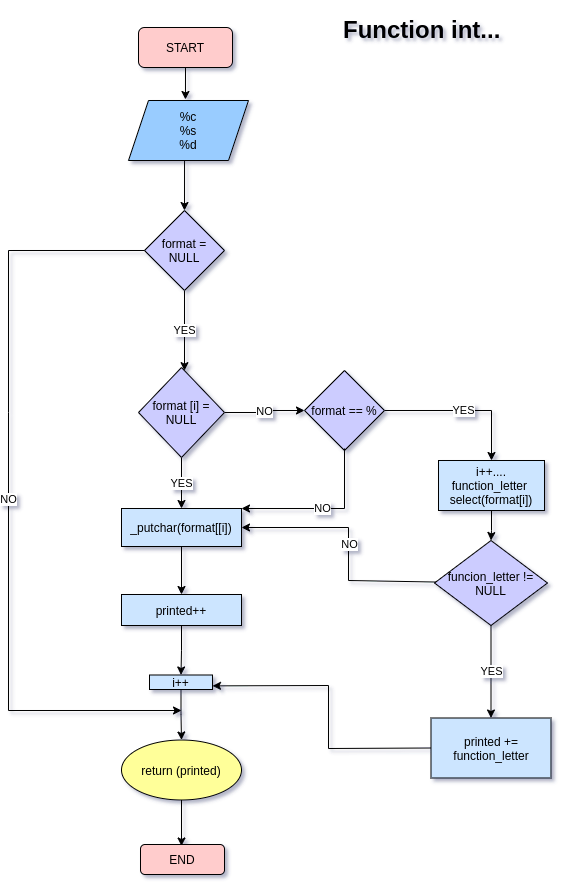
This is PRINT F - 1.drawio.png from NELSONANDREY/printf, a draw.io export, as it was before one commit. Source tidied: cells renumbered, new cells last; positions are measured from the earlier drawing's top-left corner, leaving out a move shared by most shapes. The source it was exported from:
```xml
<mxGraphModel background="#FFFFFF" shadow="1">
  <root>
    <mxCell id="0" />
    <mxCell id="1" parent="0" />
    <mxCell id="2" value="START" style="rounded=1;whiteSpace=wrap;html=1;fillColor=#FFCCCC;" parent="1" vertex="1">
      <mxGeometry x="130" y="17" width="94" height="40" as="geometry" />
    </mxCell>
    <mxCell id="3" value="&lt;h1&gt;Function int...&lt;/h1&gt;" style="text;html=1;strokeColor=none;fillColor=none;spacing=5;spacingTop=-20;whiteSpace=wrap;overflow=hidden;rounded=0;" parent="1" vertex="1">
      <mxGeometry x="330" width="190" height="120" as="geometry" />
    </mxCell>
    <mxCell id="4" value="%c&lt;br&gt;%s&lt;br&gt;%d" style="shape=parallelogram;perimeter=parallelogramPerimeter;whiteSpace=wrap;html=1;fixedSize=1;fillColor=#99CCFF;" parent="1" vertex="1">
      <mxGeometry x="120" y="90" width="120" height="60" as="geometry" />
    </mxCell>
    <mxCell id="5" value="YES" style="edgeStyle=orthogonalEdgeStyle;rounded=0;jettySize=auto;html=1;" parent="1" edge="1" source="6" target="11">
      <mxGeometry relative="1" as="geometry">
        <Array as="points">
          <mxPoint x="176" y="320" />
          <mxPoint x="176" y="320" />
        </Array>
      </mxGeometry>
    </mxCell>
    <mxCell id="6" value="format = NULL" style="rhombus;whiteSpace=wrap;html=1;fillColor=#CCCCFF;" parent="1" vertex="1">
      <mxGeometry x="136" y="200" width="80" height="80" as="geometry" />
    </mxCell>
    <mxCell id="7" style="endArrow=classic;html=1;rounded=0;entryX=0.558;entryY=-0.017;entryDx=0;entryDy=0;entryPerimeter=0;exitX=0.5;exitY=1;exitDx=0;exitDy=0;" parent="1" edge="1" source="2">
      <mxGeometry relative="1" as="geometry">
        <mxPoint x="177" y="89" as="targetPoint" />
      </mxGeometry>
    </mxCell>
    <mxCell id="8" style="endArrow=classic;html=1;rounded=0;entryX=0.5;entryY=0;entryDx=0;entryDy=0;exitX=0.467;exitY=1.006;exitDx=0;exitDy=0;exitPerimeter=0;" parent="1" edge="1" source="4" target="6">
      <mxGeometry relative="1" as="geometry" />
    </mxCell>
    <mxCell id="9" value="NO" style="edgeStyle=orthogonalEdgeStyle;rounded=0;jettySize=auto;html=1;" parent="1" edge="1" source="11" target="13">
      <mxGeometry relative="1" as="geometry" />
    </mxCell>
    <mxCell id="10" value="YES" style="edgeStyle=orthogonalEdgeStyle;rounded=0;jettySize=auto;html=1;" parent="1" edge="1" source="11" target="20">
      <mxGeometry relative="1" as="geometry" />
    </mxCell>
    <mxCell id="11" value="format [i] = NULL" style="rhombus;whiteSpace=wrap;html=1;fillColor=#CCCCFF;" parent="1" vertex="1">
      <mxGeometry x="130" y="357" width="86" height="90" as="geometry" />
    </mxCell>
    <mxCell id="12" value="YES" style="edgeStyle=orthogonalEdgeStyle;rounded=0;jettySize=auto;html=1;" parent="1" edge="1" source="13" target="15">
      <mxGeometry relative="1" as="geometry" />
    </mxCell>
    <mxCell id="13" value="format == %" style="rhombus;whiteSpace=wrap;html=1;fillColor=#CCCCFF;" parent="1" vertex="1">
      <mxGeometry x="296" y="360" width="80" height="80" as="geometry" />
    </mxCell>
    <mxCell id="14" style="edgeStyle=orthogonalEdgeStyle;rounded=0;jettySize=auto;html=1;" parent="1" edge="1" source="15" target="17">
      <mxGeometry relative="1" as="geometry" />
    </mxCell>
    <mxCell id="15" value="i++....&lt;br&gt;function_letter&amp;nbsp; select(format[i])" style="whiteSpace=wrap;html=1;fillColor=#CCE5FF;" parent="1" vertex="1">
      <mxGeometry x="430" y="450" width="106" height="50" as="geometry" />
    </mxCell>
    <mxCell id="16" value="YES" style="edgeStyle=orthogonalEdgeStyle;rounded=0;jettySize=auto;html=1;" parent="1" edge="1" source="17" target="18">
      <mxGeometry relative="1" as="geometry" />
    </mxCell>
    <mxCell id="17" value="&lt;span&gt;funcion_letter != NULL&lt;/span&gt;" style="rhombus;whiteSpace=wrap;html=1;fillColor=#CCCCFF;" parent="1" vertex="1">
      <mxGeometry x="426" y="530" width="113" height="85" as="geometry" />
    </mxCell>
    <mxCell id="18" value="&lt;span&gt;printed +=&lt;/span&gt;&lt;br&gt;&lt;span&gt;function_letter&lt;/span&gt;" style="whiteSpace=wrap;html=1;fillColor=#CCE5FF;" parent="1" vertex="1">
      <mxGeometry x="422.5" y="707.5" width="120" height="60" as="geometry" />
    </mxCell>
    <mxCell id="19" style="edgeStyle=orthogonalEdgeStyle;rounded=0;jettySize=auto;html=1;" parent="1" edge="1" source="20" target="22">
      <mxGeometry relative="1" as="geometry" />
    </mxCell>
    <mxCell id="20" value="_putchar(format[[i])" style="whiteSpace=wrap;html=1;fillColor=#CCE5FF;" parent="1" vertex="1">
      <mxGeometry x="113" y="498" width="120" height="38" as="geometry" />
    </mxCell>
    <mxCell id="21" style="edgeStyle=orthogonalEdgeStyle;rounded=0;jettySize=auto;html=1;" parent="1" edge="1" source="22" target="24">
      <mxGeometry relative="1" as="geometry" />
    </mxCell>
    <mxCell id="22" value="printed++" style="whiteSpace=wrap;html=1;fillColor=#CCE5FF;" parent="1" vertex="1">
      <mxGeometry x="113" y="584" width="120" height="31" as="geometry" />
    </mxCell>
    <mxCell id="23" style="edgeStyle=orthogonalEdgeStyle;rounded=0;jettySize=auto;html=1;" parent="1" edge="1" source="24" target="26">
      <mxGeometry relative="1" as="geometry" />
    </mxCell>
    <mxCell id="24" value="i++" style="whiteSpace=wrap;html=1;fillColor=#CCE5FF;" parent="1" vertex="1">
      <mxGeometry x="141" y="664.5" width="63" height="14.5" as="geometry" />
    </mxCell>
    <mxCell id="25" style="edgeStyle=orthogonalEdgeStyle;rounded=0;jettySize=auto;html=1;" parent="1" edge="1" source="26">
      <mxGeometry relative="1" as="geometry">
        <mxPoint x="173" y="835.5" as="targetPoint" />
      </mxGeometry>
    </mxCell>
    <mxCell id="26" value="return (printed)" style="ellipse;whiteSpace=wrap;html=1;fillColor=#FFFF99;" parent="1" vertex="1">
      <mxGeometry x="113" y="729.5" width="120" height="60" as="geometry" />
    </mxCell>
    <mxCell id="27" value="NO" style="endArrow=classic;html=1;rounded=0;exitX=0;exitY=0.5;exitDx=0;exitDy=0;" parent="1" edge="1" source="6">
      <mxGeometry relative="1" as="geometry">
        <mxPoint x="173" y="700" as="targetPoint" />
        <Array as="points">
          <mxPoint y="240" />
          <mxPoint y="402" />
          <mxPoint y="700" />
        </Array>
      </mxGeometry>
    </mxCell>
    <mxCell id="28" value="NO" style="endArrow=classic;html=1;rounded=0;entryX=1;entryY=0;entryDx=0;entryDy=0;exitX=0.5;exitY=1;exitDx=0;exitDy=0;" parent="1" edge="1" target="20">
      <mxGeometry relative="1" as="geometry">
        <mxPoint x="336" y="438" as="sourcePoint" />
        <Array as="points">
          <mxPoint x="336" y="498" />
        </Array>
      </mxGeometry>
    </mxCell>
    <mxCell id="29" style="endArrow=classic;html=1;rounded=0;entryX=1;entryY=0.75;entryDx=0;entryDy=0;exitX=0;exitY=0.5;exitDx=0;exitDy=0;" parent="1" edge="1" source="18" target="24">
      <mxGeometry relative="1" as="geometry">
        <Array as="points">
          <mxPoint x="320" y="738" />
          <mxPoint x="320" y="675" />
        </Array>
      </mxGeometry>
    </mxCell>
    <mxCell id="30" value="END" style="rounded=1;whiteSpace=wrap;html=1;fillColor=#FFCCCC;" parent="1" vertex="1">
      <mxGeometry x="132" y="834" width="84" height="30" as="geometry" />
    </mxCell>
    <mxCell id="31" style="endArrow=classic;html=1;rounded=0;entryX=1;entryY=0.5;entryDx=0;entryDy=0;" parent="1" edge="1" source="17" target="20">
      <mxGeometry relative="1" as="geometry">
        <Array as="points">
          <mxPoint x="340" y="570" />
          <mxPoint x="340" y="517" />
        </Array>
      </mxGeometry>
    </mxCell>
    <mxCell id="32" value="NO" style="edgeLabel;html=1;align=center;verticalAlign=middle;fillColor=#FFFF99;" parent="31" vertex="1">
      <mxGeometry relative="1" as="geometry" />
    </mxCell>
  </root>
</mxGraphModel>
```
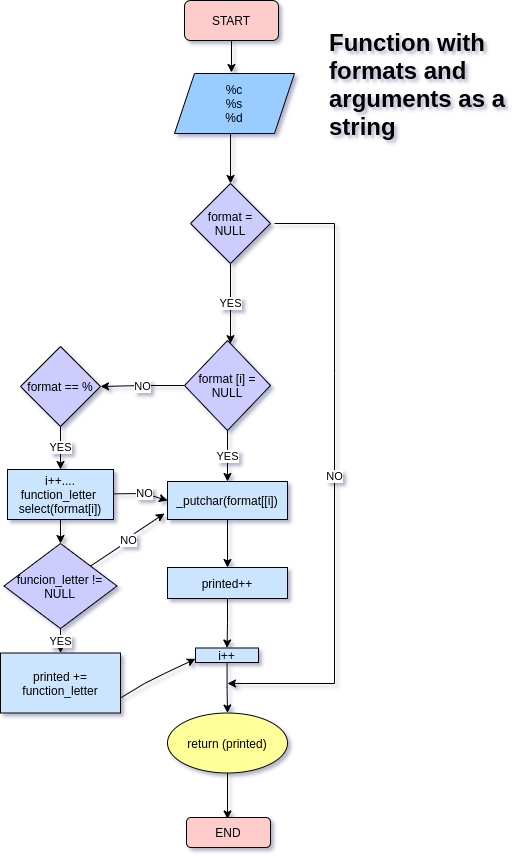
The same file after the commit.

What changed in the source:
```diff
@@ -5,8 +5,8 @@
     <mxCell id="2" value="START" style="rounded=1;whiteSpace=wrap;html=1;fillColor=#FFCCCC;" parent="1" vertex="1">
       <mxGeometry x="130" y="17" width="94" height="40" as="geometry" />
     </mxCell>
-    <mxCell id="3" value="&lt;h1&gt;Function int...&lt;/h1&gt;" style="text;html=1;strokeColor=none;fillColor=none;spacing=5;spacingTop=-20;whiteSpace=wrap;overflow=hidden;rounded=0;" parent="1" vertex="1">
-      <mxGeometry x="330" width="190" height="120" as="geometry" />
+    <mxCell id="3" value="&lt;h1&gt;Function with formats and arguments as a string&lt;/h1&gt;" style="text;html=1;strokeColor=none;fillColor=none;spacing=5;spacingTop=-20;whiteSpace=wrap;overflow=hidden;rounded=0;" parent="1" vertex="1">
+      <mxGeometry x="270" y="40" width="190" height="120" as="geometry" />
     </mxCell>
     <mxCell id="4" value="%c&lt;br&gt;%s&lt;br&gt;%d" style="shape=parallelogram;perimeter=parallelogramPerimeter;whiteSpace=wrap;html=1;fixedSize=1;fillColor=#99CCFF;" parent="1" vertex="1">
       <mxGeometry x="120" y="90" width="120" height="60" as="geometry" />
@@ -43,22 +43,22 @@
       <mxGeometry relative="1" as="geometry" />
     </mxCell>
     <mxCell id="13" value="format == %" style="rhombus;whiteSpace=wrap;html=1;fillColor=#CCCCFF;" parent="1" vertex="1">
-      <mxGeometry x="296" y="360" width="80" height="80" as="geometry" />
+      <mxGeometry x="-34" y="363" width="80" height="80" as="geometry" />
     </mxCell>
     <mxCell id="14" style="edgeStyle=orthogonalEdgeStyle;rounded=0;jettySize=auto;html=1;" parent="1" edge="1" source="15" target="17">
       <mxGeometry relative="1" as="geometry" />
     </mxCell>
     <mxCell id="15" value="i++....&lt;br&gt;function_letter&amp;nbsp; select(format[i])" style="whiteSpace=wrap;html=1;fillColor=#CCE5FF;" parent="1" vertex="1">
-      <mxGeometry x="430" y="450" width="106" height="50" as="geometry" />
+      <mxGeometry x="-47" y="486" width="106" height="50" as="geometry" />
     </mxCell>
     <mxCell id="16" value="YES" style="edgeStyle=orthogonalEdgeStyle;rounded=0;jettySize=auto;html=1;" parent="1" edge="1" source="17" target="18">
       <mxGeometry relative="1" as="geometry" />
     </mxCell>
     <mxCell id="17" value="&lt;span&gt;funcion_letter != NULL&lt;/span&gt;" style="rhombus;whiteSpace=wrap;html=1;fillColor=#CCCCFF;" parent="1" vertex="1">
-      <mxGeometry x="426" y="530" width="113" height="85" as="geometry" />
+      <mxGeometry x="-50.5" y="560" width="113" height="85" as="geometry" />
     </mxCell>
     <mxCell id="18" value="&lt;span&gt;printed +=&lt;/span&gt;&lt;br&gt;&lt;span&gt;function_letter&lt;/span&gt;" style="whiteSpace=wrap;html=1;fillColor=#CCE5FF;" parent="1" vertex="1">
-      <mxGeometry x="422.5" y="707.5" width="120" height="60" as="geometry" />
+      <mxGeometry x="-54" y="669.5" width="120" height="60" as="geometry" />
     </mxCell>
     <mxCell id="19" style="edgeStyle=orthogonalEdgeStyle;rounded=0;jettySize=auto;html=1;" parent="1" edge="1" source="20" target="22">
       <mxGeometry relative="1" as="geometry" />
@@ -86,40 +86,41 @@
     <mxCell id="26" value="return (printed)" style="ellipse;whiteSpace=wrap;html=1;fillColor=#FFFF99;" parent="1" vertex="1">
       <mxGeometry x="113" y="729.5" width="120" height="60" as="geometry" />
     </mxCell>
-    <mxCell id="27" value="NO" style="endArrow=classic;html=1;rounded=0;exitX=0;exitY=0.5;exitDx=0;exitDy=0;" parent="1" edge="1" source="6">
+    <mxCell id="27" value="NO" style="endArrow=classic;html=1;rounded=0;" parent="1" edge="1">
       <mxGeometry relative="1" as="geometry">
+        <mxPoint x="220" y="240" as="sourcePoint" />
         <mxPoint x="173" y="700" as="targetPoint" />
         <Array as="points">
-          <mxPoint y="240" />
-          <mxPoint y="402" />
-          <mxPoint y="700" />
+          <mxPoint x="280" y="240" />
+          <mxPoint x="280" y="390" />
+          <mxPoint x="280" y="700" />
         </Array>
       </mxGeometry>
     </mxCell>
-    <mxCell id="28" value="NO" style="endArrow=classic;html=1;rounded=0;entryX=1;entryY=0;entryDx=0;entryDy=0;exitX=0.5;exitY=1;exitDx=0;exitDy=0;" parent="1" edge="1" target="20">
-      <mxGeometry relative="1" as="geometry">
-        <mxPoint x="336" y="438" as="sourcePoint" />
+    <mxCell id="28" value="NO" style="endArrow=classic;html=1;rounded=0;entryX=0;entryY=0.5;entryDx=0;entryDy=0;" parent="1" edge="1" source="15" target="20">
+      <mxGeometry x="0.13" relative="1" as="geometry">
         <Array as="points">
-          <mxPoint x="336" y="498" />
+          <mxPoint x="90" y="510" />
         </Array>
       </mxGeometry>
     </mxCell>
-    <mxCell id="29" style="endArrow=classic;html=1;rounded=0;entryX=1;entryY=0.75;entryDx=0;entryDy=0;exitX=0;exitY=0.5;exitDx=0;exitDy=0;" parent="1" edge="1" source="18" target="24">
+    <mxCell id="29" style="endArrow=classic;html=1;rounded=0;entryX=0;entryY=0.75;entryDx=0;entryDy=0;exitX=1;exitY=0.75;exitDx=0;exitDy=0;" parent="1" edge="1" source="18" target="24">
       <mxGeometry relative="1" as="geometry">
         <Array as="points">
-          <mxPoint x="320" y="738" />
-          <mxPoint x="320" y="675" />
+          <mxPoint x="90" y="700" />
+          <mxPoint x="110" y="690" />
         </Array>
       </mxGeometry>
     </mxCell>
     <mxCell id="30" value="END" style="rounded=1;whiteSpace=wrap;html=1;fillColor=#FFCCCC;" parent="1" vertex="1">
       <mxGeometry x="132" y="834" width="84" height="30" as="geometry" />
     </mxCell>
-    <mxCell id="31" style="endArrow=classic;html=1;rounded=0;entryX=1;entryY=0.5;entryDx=0;entryDy=0;" parent="1" edge="1" source="17" target="20">
+    <mxCell id="31" style="endArrow=classic;html=1;rounded=0;" parent="1" edge="1" source="17">
       <mxGeometry relative="1" as="geometry">
+        <mxPoint x="110" y="530" as="targetPoint" />
         <Array as="points">
-          <mxPoint x="340" y="570" />
-          <mxPoint x="340" y="517" />
+          <mxPoint x="70" y="560" />
+          <mxPoint x="80" y="550" />
         </Array>
       </mxGeometry>
     </mxCell>
```
